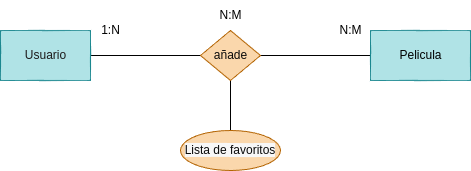
This is tareas/tarea-3/images/ejercicio7.drawio.png from betancorge/base-datos-2, a draw.io export, as it was before one commit. Source tidied: cells renumbered, new cells last; positions are measured from the earlier drawing's top-left corner, leaving out a move shared by most shapes.
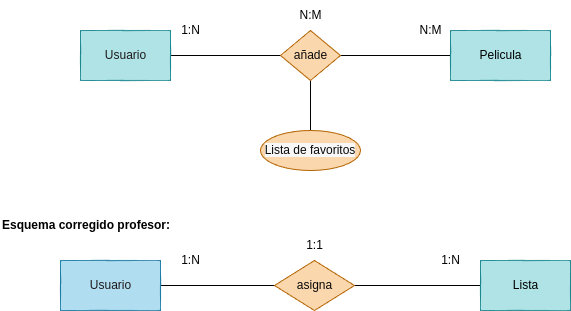
After the change.

Change to the diagram source:
```diff
@@ -32,5 +32,32 @@
     <mxCell id="11" value="&lt;font color=&quot;#0a0a0a&quot; style=&quot;background-color: rgb(247, 247, 247);&quot;&gt;Lista de favoritos&lt;/font&gt;" style="ellipse;whiteSpace=wrap;html=1;align=center;fillColor=#fad7ac;strokeColor=#b46504;" parent="1" vertex="1">
       <mxGeometry x="180" y="130" width="100" height="40" as="geometry" />
     </mxCell>
+    <mxCell id="12" value="&lt;h1 style=&quot;margin-top: 0px;&quot;&gt;&lt;font style=&quot;font-size: 12px;&quot;&gt;Esquema corregido profesor:&lt;/font&gt;&lt;/h1&gt;" style="text;html=1;whiteSpace=wrap;overflow=hidden;rounded=0;" parent="1" vertex="1">
+      <mxGeometry x="-80" y="200" width="190" height="50" as="geometry" />
+    </mxCell>
+    <mxCell id="13" style="edgeStyle=none;html=1;entryX=0;entryY=0.5;entryDx=0;entryDy=0;endArrow=none;endFill=0;" parent="1" edge="1" source="14" target="16">
+      <mxGeometry relative="1" as="geometry" />
+    </mxCell>
+    <mxCell id="14" value="&lt;font color=&quot;#1d1b1b&quot;&gt;Usuario&lt;/font&gt;" style="html=1;dashed=0;whitespace=wrap;fillColor=#b1ddf0;strokeColor=#10739e;" parent="1" vertex="1">
+      <mxGeometry x="-20" y="260" width="100" height="50" as="geometry" />
+    </mxCell>
+    <mxCell id="15" style="edgeStyle=none;html=1;exitX=1;exitY=0.5;exitDx=0;exitDy=0;entryX=0;entryY=0.5;entryDx=0;entryDy=0;endArrow=none;endFill=0;" parent="1" edge="1" source="16" target="17">
+      <mxGeometry relative="1" as="geometry" />
+    </mxCell>
+    <mxCell id="16" value="&lt;font color=&quot;#0a0a0a&quot;&gt;asigna&lt;/font&gt;" style="shape=rhombus;html=1;dashed=0;whitespace=wrap;perimeter=rhombusPerimeter;fillColor=#fad7ac;strokeColor=#b46504;" parent="1" vertex="1">
+      <mxGeometry x="194" y="260" width="80" height="50" as="geometry" />
+    </mxCell>
+    <mxCell id="17" value="&lt;font color=&quot;#000000&quot;&gt;Lista&lt;/font&gt;" style="html=1;dashed=0;whitespace=wrap;fillColor=#b0e3e6;strokeColor=#0e8088;" parent="1" vertex="1">
+      <mxGeometry x="400" y="260" width="90" height="50" as="geometry" />
+    </mxCell>
+    <mxCell id="18" value="1:N" style="text;html=1;align=center;verticalAlign=middle;strokeColor=none;fillColor=none;" parent="1" vertex="1">
+      <mxGeometry x="350" y="245" width="40" height="30" as="geometry" />
+    </mxCell>
+    <mxCell id="19" value="1:1" style="text;html=1;align=center;verticalAlign=middle;strokeColor=none;fillColor=none;" parent="1" vertex="1">
+      <mxGeometry x="214" y="230" width="40" height="30" as="geometry" />
+    </mxCell>
+    <mxCell id="20" value="1:N" style="text;html=1;align=center;verticalAlign=middle;strokeColor=none;fillColor=none;" parent="1" vertex="1">
+      <mxGeometry x="90" y="245" width="40" height="30" as="geometry" />
+    </mxCell>
   </root>
 </mxGraphModel>
```
